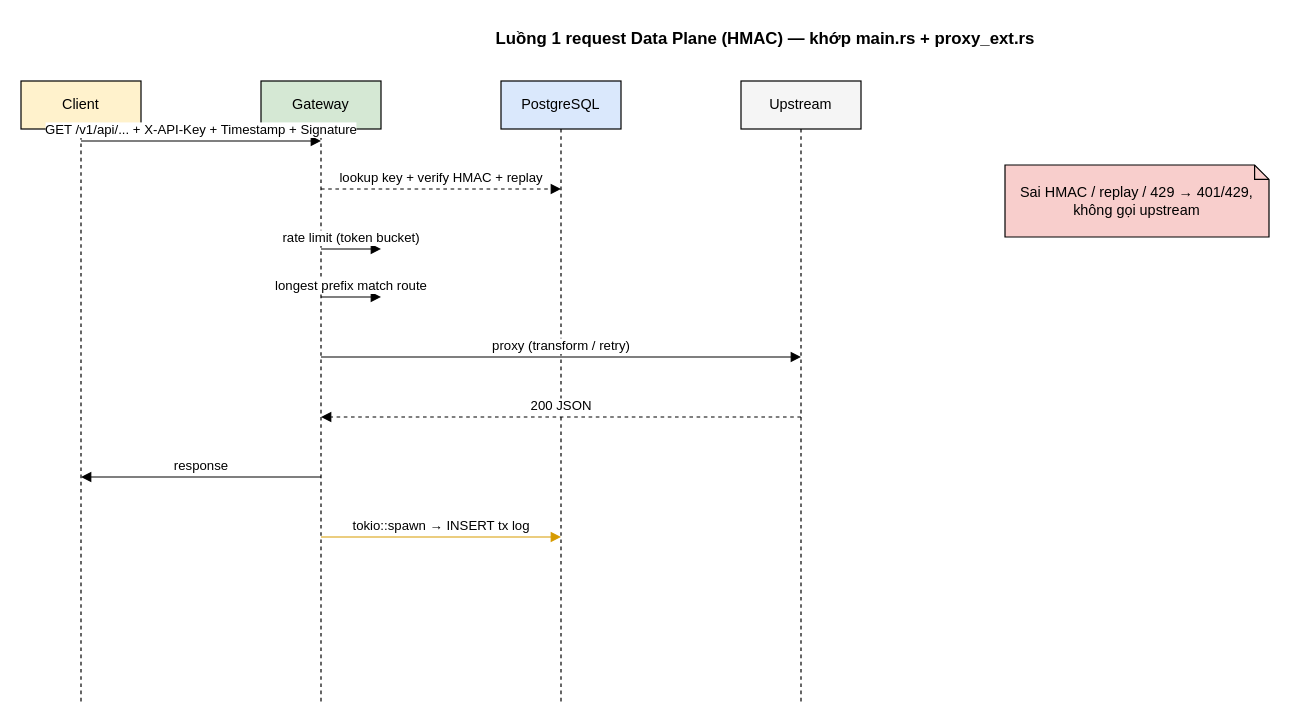
Before: docs/diagrams/LUONG_DATA_PLANE.drawio in thientinh651/API-Gateway-Integration-Platform, a draw.io diagram. Source tidied: cells renumbered, new cells numbered last; positions are measured from the earlier drawing's top-left corner, leaving out a move shared by most shapes. Both pictures are drawn from the tidied source at 120%, with x=0, y=0 at pixel (20, 20).
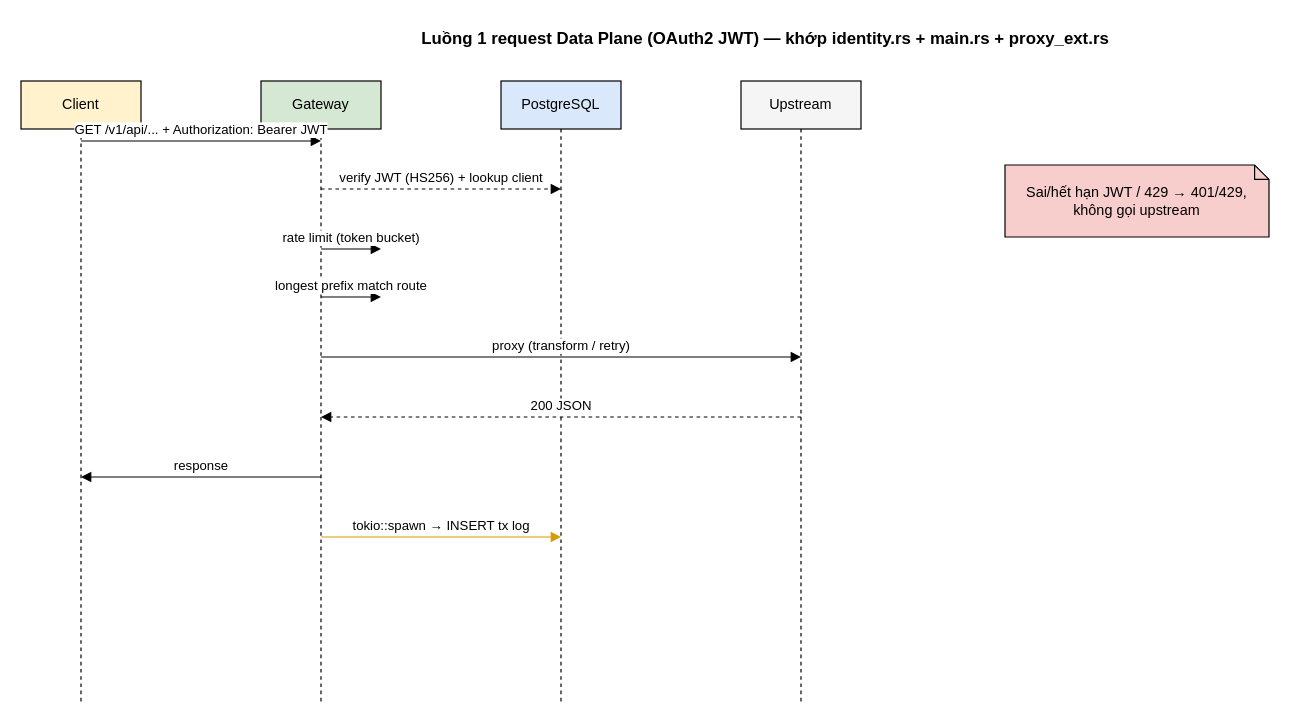
The same page after the edit.

Diff of the diagram source:
```diff
@@
-    <mxCell id="2" value="Luồng 1 request Data Plane (HMAC) — khớp main.rs + proxy_ext.rs" style="text;html=1;strokeColor=none;fillColor=none;align=center;fontSize=14;fontStyle=1;" parent="1" vertex="1">
+    <mxCell id="2" value="Luồng 1 request Data Plane (OAuth2 JWT) — khớp identity.rs + main.rs + proxy_ext.rs" style="text;html=1;strokeColor=none;fillColor=none;align=center;fontSize=14;fontStyle=1;" parent="1" vertex="1">
       <mxGeometry x="220" width="800" height="30" as="geometry" />
     </mxCell>
@@
-    <mxCell id="7" value="GET /v1/api/... + X-API-Key + Timestamp + Signature" style="html=1;verticalAlign=bottom;endArrow=block;rounded=0;" parent="1" edge="1">
+    <mxCell id="7" value="GET /v1/api/... + Authorization: Bearer JWT" style="html=1;verticalAlign=bottom;endArrow=block;rounded=0;" parent="1" edge="1">
       <mxGeometry relative="1" as="geometry">
         <mxPoint x="50" y="100" as="sourcePoint" />
         <mxPoint x="250" y="100" as="targetPoint" />
       </mxGeometry>
     </mxCell>
-    <mxCell id="8" value="lookup key + verify HMAC + replay" style="html=1;verticalAlign=bottom;endArrow=block;rounded=0;dashed=1;" parent="1" edge="1">
+    <mxCell id="8" value="verify JWT (HS256) + lookup client" style="html=1;verticalAlign=bottom;endArrow=block;rounded=0;dashed=1;" parent="1" edge="1">
       <mxGeometry relative="1" as="geometry">
         <mxPoint x="250" y="140" as="sourcePoint" />
         <mxPoint x="450" y="140" as="targetPoint" />
       </mxGeometry>
     </mxCell>
@@
-    <mxCell id="15" value="Sai HMAC / replay / 429 → 401/429, không gọi upstream" style="shape=note;whiteSpace=wrap;html=1;size=12;fillColor=#f8cecc;" parent="1" vertex="1">
+    <mxCell id="15" value="Sai/hết hạn JWT / 429 → 401/429, không gọi upstream" style="shape=note;whiteSpace=wrap;html=1;size=12;fillColor=#f8cecc;" parent="1" vertex="1">
       <mxGeometry x="820" y="120" width="220" height="60" as="geometry" />
     </mxCell>
```
